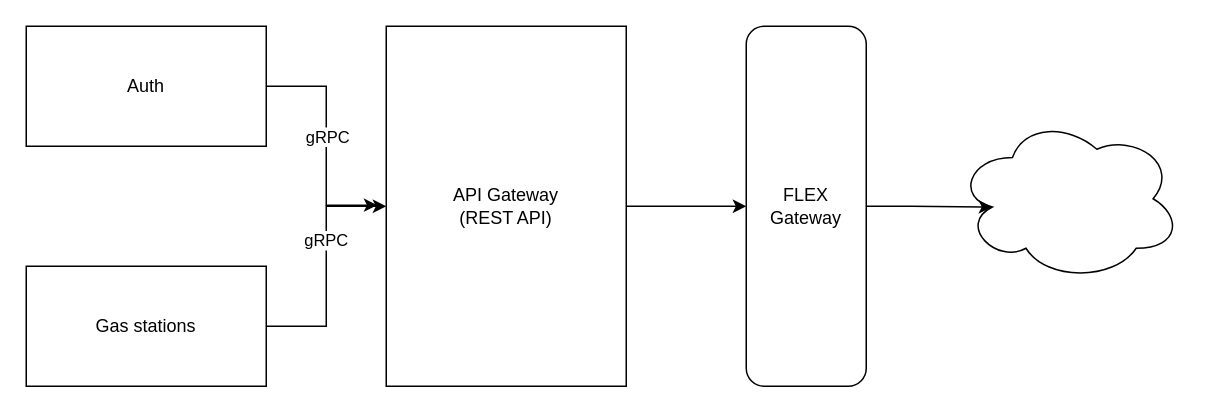
Before: drawio/mams/dd-twins/grpc.drawio in scrodrig/Diagrams, a draw.io diagram. Source tidied: cells renumbered, new cells numbered last; positions are measured from the earlier drawing's top-left corner, leaving out a move shared by most shapes. Both pictures are drawn from the tidied source at 150%, with x=0, y=0 at pixel (26, 26).
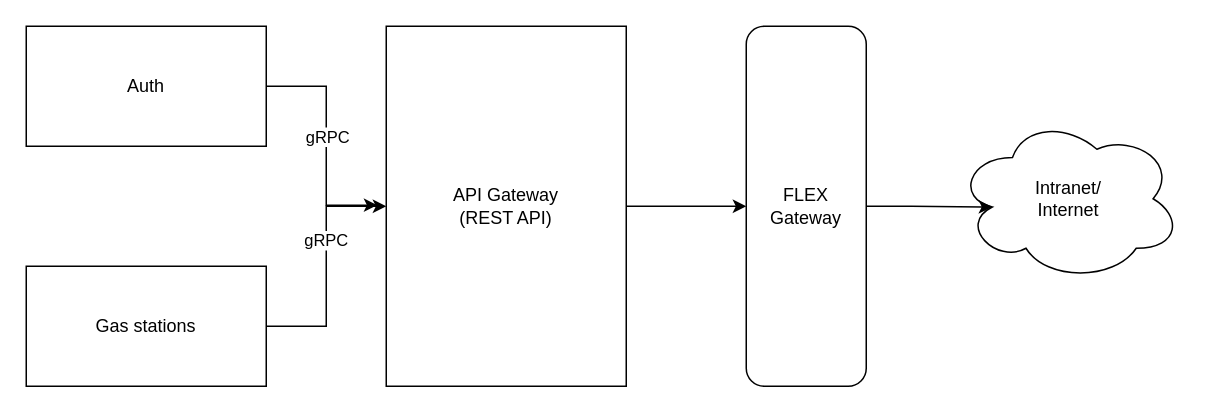
The same diagram, later.

What changed in the source:
```diff
@@
 <mxGraphModel>
   <root>
     <mxCell id="0" />
     <mxCell id="1" parent="0" />
     <mxCell id="2" value="Auth" style="rounded=0;whiteSpace=wrap;html=1;" parent="1" vertex="1">
       <mxGeometry width="160" height="80" as="geometry" />
     </mxCell>
     <mxCell id="3" style="edgeStyle=orthogonalEdgeStyle;rounded=0;jettySize=auto;html=1;entryX=0;entryY=0.5;entryDx=0;entryDy=0;" parent="1" edge="1" source="5" target="7">
       <mxGeometry relative="1" as="geometry" />
     </mxCell>
     <mxCell id="4" value="gRPC" style="edgeLabel;html=1;align=center;verticalAlign=middle;" parent="3" vertex="1">
       <mxGeometry x="0.23" y="1" relative="1" as="geometry" />
     </mxCell>
     <mxCell id="5" value="Gas stations" style="rounded=0;whiteSpace=wrap;html=1;" parent="1" vertex="1">
       <mxGeometry y="160" width="160" height="80" as="geometry" />
     </mxCell>
     <mxCell id="6" style="edgeStyle=orthogonalEdgeStyle;rounded=0;jettySize=auto;html=1;" parent="1" edge="1" source="7" target="11">
       <mxGeometry relative="1" as="geometry" />
     </mxCell>
     <mxCell id="7" value="API Gateway&lt;div&gt;(REST API)&lt;/div&gt;" style="rounded=0;whiteSpace=wrap;html=1;" parent="1" vertex="1">
       <mxGeometry x="240" width="160" height="240" as="geometry" />
     </mxCell>
     <mxCell id="8" style="edgeStyle=orthogonalEdgeStyle;rounded=0;jettySize=auto;html=1;entryX=-0.037;entryY=0.497;entryDx=0;entryDy=0;entryPerimeter=0;" parent="1" edge="1" source="2" target="7">
       <mxGeometry relative="1" as="geometry" />
     </mxCell>
     <mxCell id="9" value="gRPC" style="edgeLabel;html=1;align=center;verticalAlign=middle;" parent="8" vertex="1">
       <mxGeometry x="-0.05" relative="1" as="geometry" />
     </mxCell>
-    <mxCell id="10" style="ellipse;shape=cloud;whiteSpace=wrap;html=1;" parent="1" vertex="1">
+    <mxCell id="10" value="Intranet/&lt;div&gt;Internet&lt;/div&gt;" style="ellipse;shape=cloud;whiteSpace=wrap;html=1;" parent="1" vertex="1">
       <mxGeometry x="620" y="60" width="150" height="110" as="geometry" />
     </mxCell>
     <mxCell id="11" value="FLEX Gateway" style="rounded=1;whiteSpace=wrap;html=1;" parent="1" vertex="1">
       <mxGeometry x="480" width="80" height="240" as="geometry" />
     </mxCell>
     <mxCell id="12" style="edgeStyle=orthogonalEdgeStyle;rounded=0;jettySize=auto;html=1;entryX=0.16;entryY=0.55;entryDx=0;entryDy=0;entryPerimeter=0;" parent="1" edge="1" source="11" target="10">
       <mxGeometry relative="1" as="geometry" />
     </mxCell>
   </root>
 </mxGraphModel>
```
